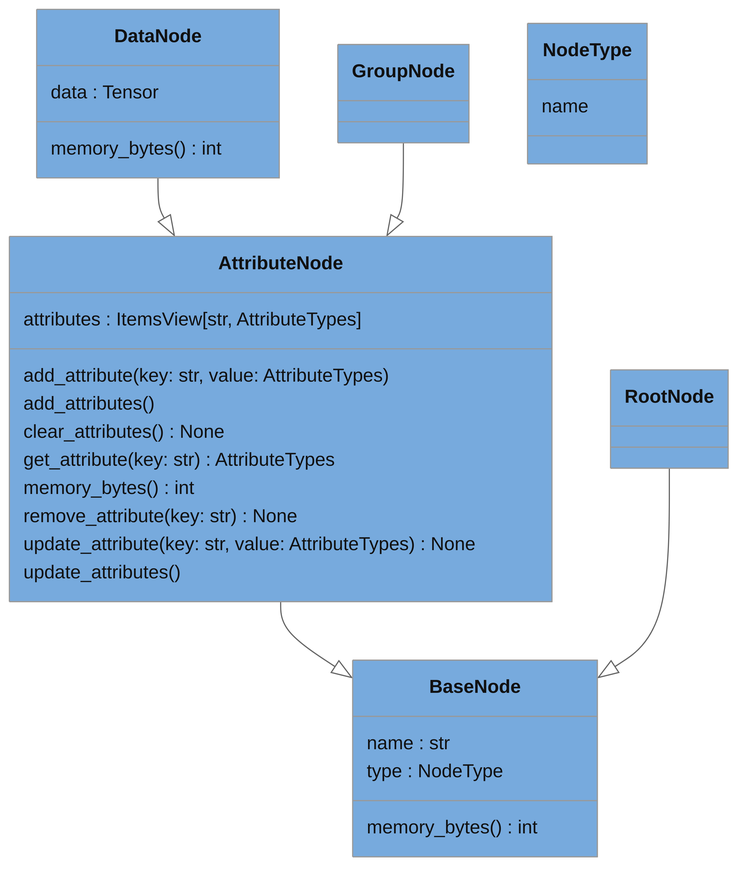
Above: docs/pyreverse/images/classes_Node_Hierarchy.png in voidsy-gmbh/pyThermoNDT (Mermaid), before the change. Its source is kept beside it as docs/pyreverse/mermaid/classes_Node_Hierarchy.mmd.
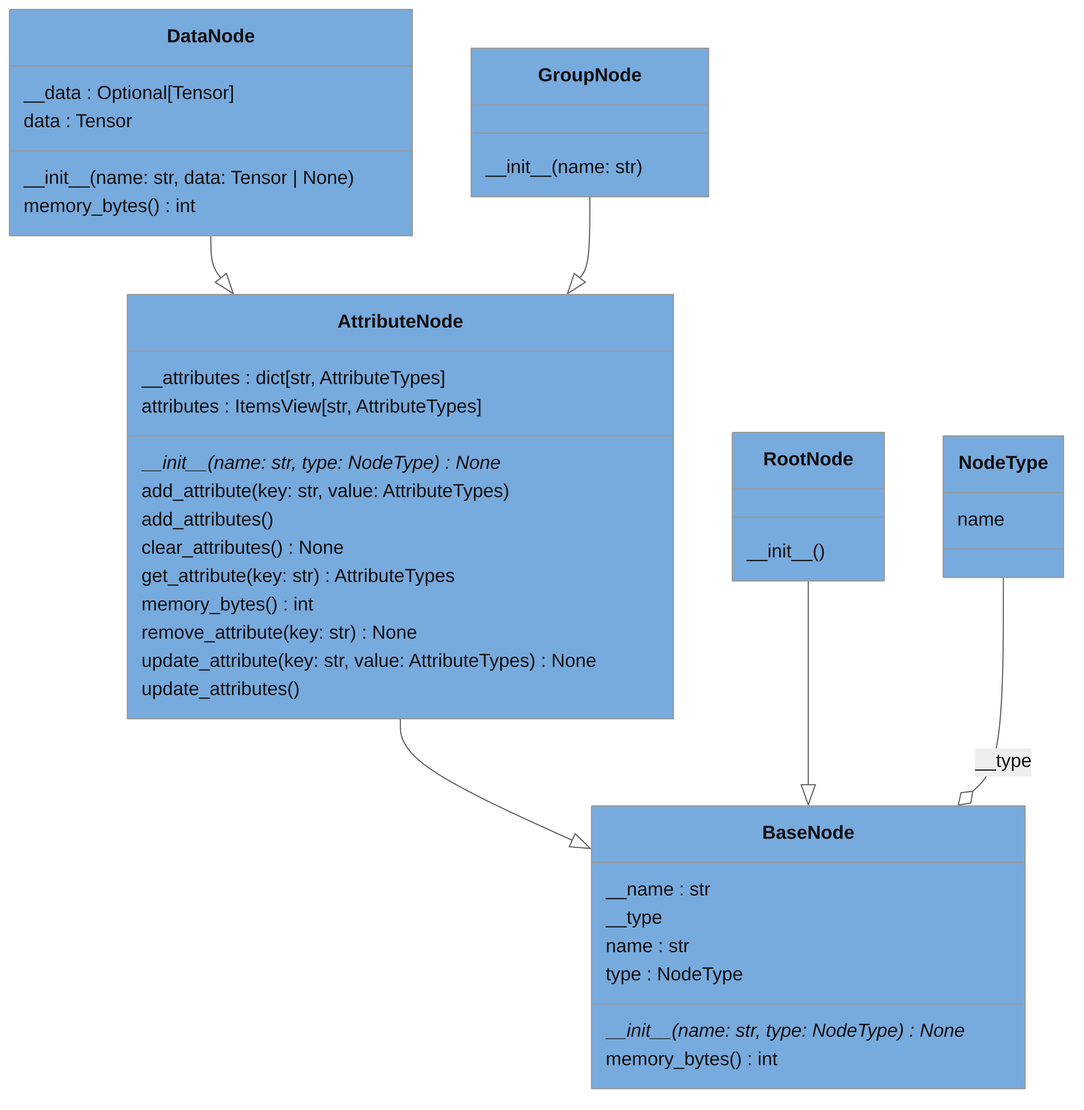
After the change.

Commit message:
Update mermaid diagrams

Diff of the diagram source:
```diff
@@ -1,6 +1,8 @@
 classDiagram
   class AttributeNode {
+    \_\_attributes : dict[str, AttributeTypes]
     attributes : ItemsView[str, AttributeTypes]
+    \_\_init\_\_(name: str, type: NodeType)* None
     add_attribute(key: str, value: AttributeTypes)
     add_attributes()
     clear_attributes() None
@@ -12,17 +14,23 @@
   }
   style AttributeNode fill:#77AADD
   class BaseNode {
+    \_\_name : str
+    \_\_type
     name : str
     type : NodeType
+    \_\_init\_\_(name: str, type: NodeType)* None
     memory_bytes() int
   }
   style BaseNode fill:#77AADD
   class DataNode {
+    \_\_data : Optional[Tensor]
     data : Tensor
+    \_\_init\_\_(name: str, data: Tensor | None)
     memory_bytes() int
   }
   style DataNode fill:#77AADD
   class GroupNode {
+    \_\_init\_\_(name: str)
   }
   style GroupNode fill:#77AADD
   class NodeType {
@@ -30,9 +38,11 @@
   }
   style NodeType fill:#77AADD
   class RootNode {
+    \_\_init\_\_()
   }
   style RootNode fill:#77AADD
   AttributeNode --|> BaseNode
   DataNode --|> AttributeNode
   GroupNode --|> AttributeNode
   RootNode --|> BaseNode
+  NodeType --o BaseNode : \_\_type
```
